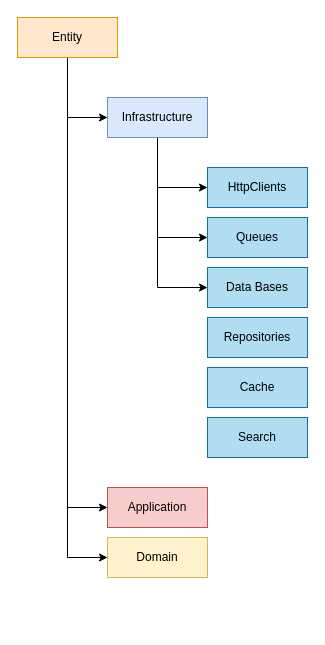
Above: hexagonal-components.drawio in zearkiatos/diagrams (draw.io), before the change. Source tidied: cells renumbered, new cells numbered last; positions are measured from the earlier drawing's top-left corner, leaving out a move shared by most shapes. Both pictures are drawn from the tidied source at 100%, with x=0, y=0 at pixel (17, 17).
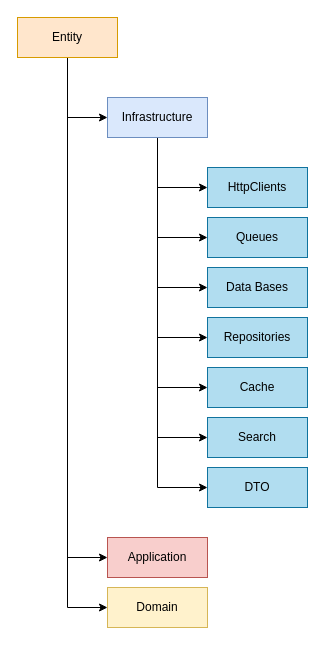
After the change.

The change refers to these unchanged cells:
```xml
<mxCell id="9" value="Infrastructure" style="whiteSpace=wrap;html=1;align=center;fillColor=#dae8fc;strokeColor=#6c8ebf;" parent="1" vertex="1">
  <mxGeometry x="90" y="80" width="100" height="40" as="geometry" />
</mxCell>
<mxCell id="15" value="Repositories" style="whiteSpace=wrap;html=1;align=center;fillColor=#b1ddf0;strokeColor=#10739e;" parent="1" vertex="1">
  <mxGeometry x="190" y="300" width="100" height="40" as="geometry" />
</mxCell>
<mxCell id="16" value="Cache" style="whiteSpace=wrap;html=1;align=center;fillColor=#b1ddf0;strokeColor=#10739e;" parent="1" vertex="1">
  <mxGeometry x="190" y="350" width="100" height="40" as="geometry" />
</mxCell>
<mxCell id="17" value="Search" style="whiteSpace=wrap;html=1;align=center;fillColor=#b1ddf0;strokeColor=#10739e;" parent="1" vertex="1">
  <mxGeometry x="190" y="400" width="100" height="40" as="geometry" />
</mxCell>
```

The edit, as a diff of the source:
```diff
@@
+    <mxCell id="18" style="edgeStyle=orthogonalEdgeStyle;rounded=0;jettySize=auto;html=1;entryX=0;entryY=0.5;entryDx=0;entryDy=0;" parent="1" edge="1" source="9" target="15">
+      <mxGeometry relative="1" as="geometry" />
+    </mxCell>
+    <mxCell id="19" style="edgeStyle=orthogonalEdgeStyle;rounded=0;jettySize=auto;html=1;entryX=0;entryY=0.5;entryDx=0;entryDy=0;" parent="1" edge="1" source="9" target="16">
+      <mxGeometry relative="1" as="geometry" />
+    </mxCell>
+    <mxCell id="20" style="edgeStyle=orthogonalEdgeStyle;rounded=0;jettySize=auto;html=1;entryX=0;entryY=0.5;entryDx=0;entryDy=0;" parent="1" edge="1" source="9" target="17">
+      <mxGeometry relative="1" as="geometry" />
+    </mxCell>
+    <mxCell id="21" style="edgeStyle=orthogonalEdgeStyle;rounded=0;jettySize=auto;html=1;entryX=0;entryY=0.5;entryDx=0;entryDy=0;" parent="1" edge="1" source="9" target="22">
+      <mxGeometry relative="1" as="geometry" />
+    </mxCell>
@@
     <mxCell id="10" value="Application" style="whiteSpace=wrap;html=1;align=center;fillColor=#f8cecc;strokeColor=#b85450;" parent="1" vertex="1">
-      <mxGeometry x="90" y="470" width="100" height="40" as="geometry" />
+      <mxGeometry x="90" y="520" width="100" height="40" as="geometry" />
     </mxCell>
     <mxCell id="11" value="Domain" style="whiteSpace=wrap;html=1;align=center;fillColor=#fff2cc;strokeColor=#d6b656;" parent="1" vertex="1">
-      <mxGeometry x="90" y="520" width="100" height="40" as="geometry" />
+      <mxGeometry x="90" y="570" width="100" height="40" as="geometry" />
     </mxCell>
@@
+    <mxCell id="22" value="DTO" style="whiteSpace=wrap;html=1;align=center;fillColor=#b1ddf0;strokeColor=#10739e;" parent="1" vertex="1">
+      <mxGeometry x="190" y="450" width="100" height="40" as="geometry" />
+    </mxCell>
```
